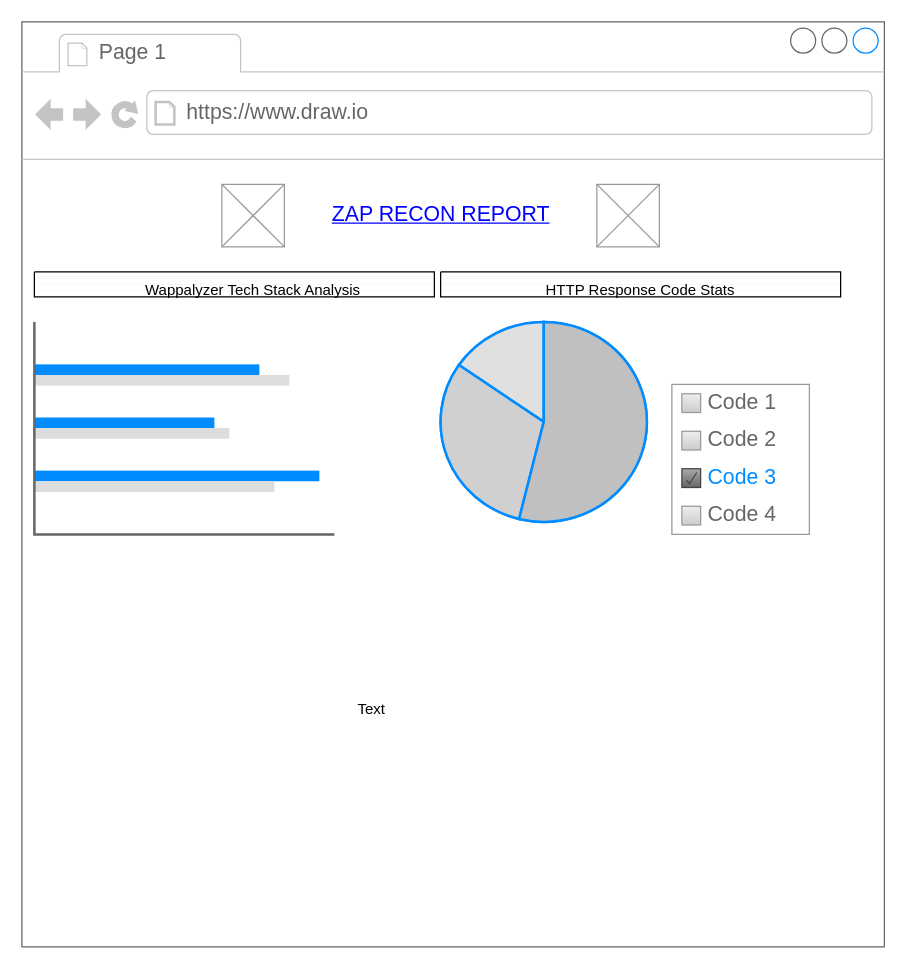
This is mockups/recon template.drawio from odhiamboobuya/zapreportwork, a draw.io file, before an edit. Source tidied: cells renumbered, new cells numbered last; positions are measured from the earlier drawing's top-left corner, leaving out a move shared by most shapes. Both pictures are drawn from the tidied source at 125%, with x=0, y=0 at pixel (21, 21).
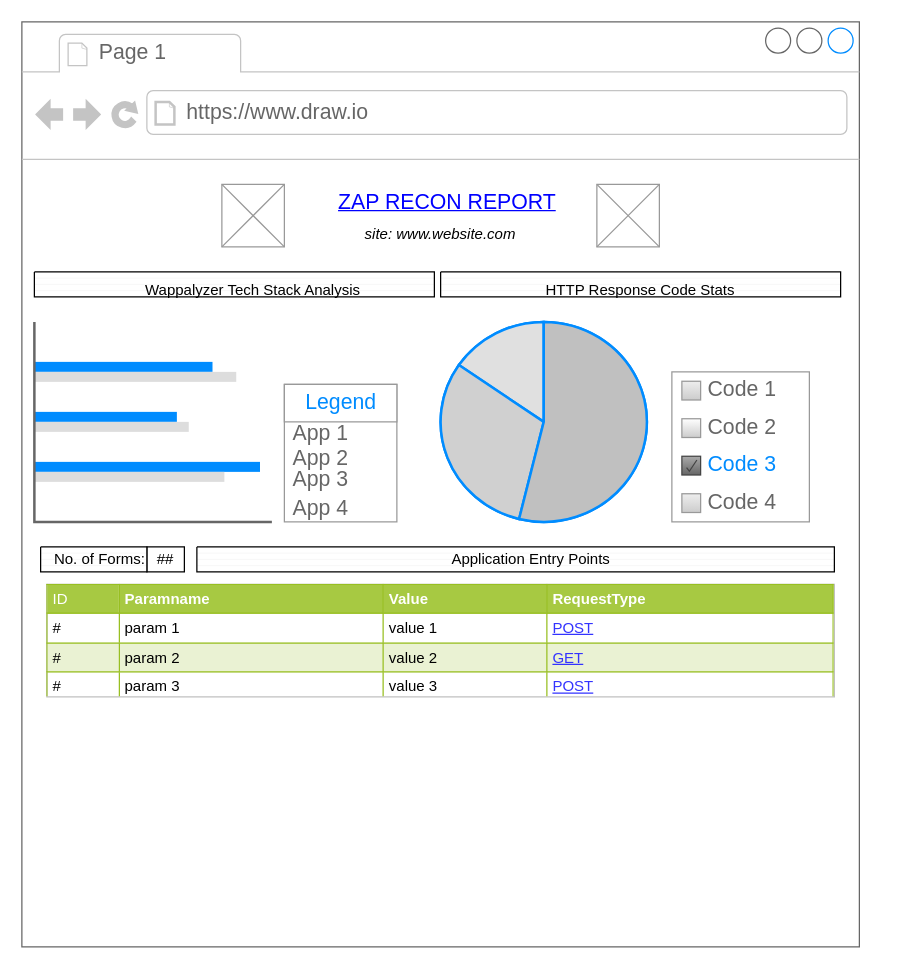
Above is the later version.

Change to the diagram source:
```diff
@@
     <mxCell id="2" style="strokeWidth=1;shadow=0;dashed=0;align=center;html=1;shape=mxgraph.mockup.containers.browserWindow;rSize=0;strokeColor=#666666;strokeColor2=#008cff;strokeColor3=#c4c4c4;mainText=,;" parent="1" vertex="1">
-      <mxGeometry width="690" height="740" as="geometry" />
+      <mxGeometry width="670" height="740" as="geometry" />
     </mxCell>
@@
     <mxCell id="5" value="ZAP RECON REPORT" style="strokeWidth=1;shadow=0;dashed=0;align=center;html=1;shape=mxgraph.mockup.text.alphanumeric;linkText=;html=1;fontStyle=4;fontSize=17;fontColor=#0000ff;" parent="2" vertex="1">
-      <mxGeometry x="235" y="130" width="200" height="50" as="geometry" />
+      <mxGeometry x="240" y="120" width="200" height="50" as="geometry" />
     </mxCell>
@@
     <mxCell id="10" style="verticalLabelPosition=bottom;shadow=0;dashed=0;align=center;html=1;verticalAlign=top;strokeWidth=1;shape=mxgraph.mockup.graphics.barChart;strokeColor=none;strokeColor2=none;strokeColor3=#666666;fillColor2=#008cff;fillColor3=#dddddd;" parent="2" vertex="1">
-      <mxGeometry x="10" y="240" width="240" height="170" as="geometry" />
+      <mxGeometry x="10" y="240" width="190" height="160" as="geometry" />
     </mxCell>
     <mxCell id="11" style="strokeWidth=1;shadow=0;dashed=0;align=center;html=1;shape=mxgraph.mockup.forms.rrect;rSize=0;strokeColor=#999999;fillColor=#ffffff;" parent="2" vertex="1">
-      <mxGeometry x="520" y="290" width="110" height="120" as="geometry" />
+      <mxGeometry x="520" y="280" width="110" height="120" as="geometry" />
     </mxCell>
@@
-    <mxCell id="13" value="Code 2" style="strokeWidth=1;shadow=0;dashed=0;align=center;html=1;shape=mxgraph.mockup.forms.rrect;rSize=0;fillColor=#eeeeee;strokeColor=#999999;gradientColor=#cccccc;align=left;spacingLeft=4;fontSize=17;fontColor=#666666;labelPosition=right;" parent="11" vertex="1">
+    <mxCell id="13" value="Code 2" style="strokeWidth=1;shadow=0;dashed=0;align=center;html=1;shape=mxgraph.mockup.forms.rrect;rSize=0;strokeColor=#999999;gradientColor=#cccccc;align=left;spacingLeft=4;fontSize=17;fontColor=#666666;labelPosition=right;" parent="11" vertex="1">
       <mxGeometry x="8" y="37.5" width="15" height="15" as="geometry" />
     </mxCell>
@@
+    <mxCell id="20" style="strokeWidth=1;shadow=0;dashed=0;align=center;html=1;shape=mxgraph.mockup.forms.rrect;rSize=0;strokeColor=#999999;fillColor=#ffffff;" parent="2" vertex="1">
+      <mxGeometry x="210" y="290" width="90" height="110" as="geometry" />
+    </mxCell>
+    <mxCell id="21" value="Legend" style="strokeWidth=1;shadow=0;dashed=0;align=center;html=1;shape=mxgraph.mockup.forms.rrect;rSize=0;strokeColor=#999999;fontColor=#008cff;fontSize=17;fillColor=#ffffff;" parent="20" vertex="1">
+      <mxGeometry width="90" height="30" relative="1" as="geometry" />
+    </mxCell>
+    <mxCell id="22" value="App 1" style="strokeWidth=1;shadow=0;dashed=0;align=center;html=1;shape=mxgraph.mockup.forms.anchor;fontSize=17;fontColor=#666666;align=left;spacingLeft=5;" parent="20" vertex="1">
+      <mxGeometry width="90" height="20" relative="1" as="geometry">
+        <mxPoint y="30" as="offset" />
+      </mxGeometry>
+    </mxCell>
+    <mxCell id="23" value="App 2" style="strokeWidth=1;shadow=0;dashed=0;align=center;html=1;shape=mxgraph.mockup.forms.anchor;fontSize=17;fontColor=#666666;align=left;spacingLeft=5;" parent="20" vertex="1">
+      <mxGeometry width="90" height="20" relative="1" as="geometry">
+        <mxPoint y="50" as="offset" />
+      </mxGeometry>
+    </mxCell>
+    <mxCell id="24" value="App 4" style="strokeWidth=1;shadow=0;dashed=0;align=center;html=1;shape=mxgraph.mockup.forms.anchor;fontSize=17;fontColor=#666666;align=left;spacingLeft=5;" parent="20" vertex="1">
+      <mxGeometry width="90" height="20" relative="1" as="geometry">
+        <mxPoint y="90" as="offset" />
+      </mxGeometry>
+    </mxCell>
+    <mxCell id="25" value="App 3" style="strokeWidth=1;shadow=0;dashed=0;align=center;html=1;shape=mxgraph.mockup.forms.anchor;fontSize=17;fontColor=#666666;align=left;spacingLeft=5;" parent="20" vertex="1">
+      <mxGeometry y="70" width="90" height="13.8" as="geometry" />
+    </mxCell>
+    <mxCell id="26" value="##" style="text;html=1;fillColor=none;align=center;verticalAlign=middle;whiteSpace=wrap;rounded=0;shadow=0;strokeColor=#000000;" parent="2" vertex="1">
+      <mxGeometry x="100" y="420" width="30" height="20" as="geometry" />
+    </mxCell>
+    <mxCell id="27" value="&lt;i&gt;site: www.website.com&lt;br&gt;&lt;/i&gt;" style="text;html=1;strokeColor=none;fillColor=none;align=center;verticalAlign=middle;whiteSpace=wrap;rounded=0;shadow=0;" parent="2" vertex="1">
+      <mxGeometry x="230" y="160" width="210" height="20" as="geometry" />
+    </mxCell>
+    <mxCell id="28" value="&lt;table style=&quot;width: 100% ; height: 100% ; border-collapse: collapse&quot; width=&quot;100%&quot; cellpadding=&quot;4&quot; border=&quot;1&quot;&gt;&lt;tbody&gt;&lt;tr style=&quot;background-color: #a7c942 ; color: #ffffff ; border: 1px solid #98bf21&quot;&gt;&lt;td&gt;ID&lt;/td&gt;&lt;th align=&quot;left&quot;&gt;Paramname&lt;/th&gt;&lt;th align=&quot;left&quot;&gt;Value&lt;/th&gt;&lt;th align=&quot;left&quot;&gt;RequestType&lt;/th&gt;&lt;/tr&gt;&lt;tr style=&quot;border: 1px solid #98bf21&quot;&gt;&lt;td&gt;#&lt;br&gt;&lt;/td&gt;&lt;td&gt;param 1&lt;br&gt;&lt;/td&gt;&lt;td&gt;value 1&lt;br&gt;&lt;/td&gt;&lt;td&gt;&lt;font color=&quot;#3333FF&quot;&gt;&lt;u&gt;POST&lt;/u&gt;&lt;/font&gt;&lt;/td&gt;&lt;/tr&gt;&lt;tr style=&quot;background-color: #eaf2d3 ; border: 1px solid #98bf21&quot;&gt;&lt;td&gt;#&lt;br&gt;&lt;/td&gt;&lt;td&gt;param 2&lt;br&gt;&lt;/td&gt;&lt;td&gt;value 2&lt;br&gt;&lt;/td&gt;&lt;td&gt;&lt;font color=&quot;#3333FF&quot;&gt;&lt;u&gt;GET&lt;/u&gt;&lt;/font&gt;&lt;/td&gt;&lt;/tr&gt;&lt;tr style=&quot;border: 1px solid #98bf21&quot;&gt;&lt;td&gt;#&lt;br&gt;&lt;/td&gt;&lt;td&gt;param 3&lt;br&gt;&lt;/td&gt;&lt;td&gt;value 3&lt;br&gt;&lt;/td&gt;&lt;td&gt;&lt;font color=&quot;#3333FF&quot;&gt;&lt;u&gt;POST&lt;/u&gt;&lt;/font&gt;&lt;/td&gt;&lt;/tr&gt;&lt;/tbody&gt;&lt;/table&gt;" style="text;html=1;strokeColor=#c0c0c0;overflow=fill;rounded=0;shadow=0;fillColor=#ffffff;" parent="2" vertex="1">
+      <mxGeometry x="20" y="450" width="630" height="90" as="geometry" />
+    </mxCell>
@@
+    <mxCell id="19" value="HTTP Response Code Stats" style="text;html=1;strokeColor=none;fillColor=none;align=center;verticalAlign=middle;whiteSpace=wrap;rounded=0;" parent="1" vertex="1">
+      <mxGeometry x="410" y="205" width="170" height="20" as="geometry" />
+    </mxCell>
+    <mxCell id="29" style="verticalLabelPosition=bottom;verticalAlign=top;html=1;shape=mxgraph.basic.patternFillRect;fillStyle=hor;step=5;fillStrokeWidth=0.2;fillStrokeColor=#dddddd;" parent="1" vertex="1">
+      <mxGeometry x="140" y="420" width="510" height="20" as="geometry" />
+    </mxCell>
+    <mxCell id="30" style="verticalLabelPosition=bottom;verticalAlign=top;html=1;shape=mxgraph.basic.patternFillRect;fillStyle=hor;step=5;fillStrokeWidth=0.2;fillStrokeColor=#dddddd;" parent="1" vertex="1">
+      <mxGeometry x="15" y="420" width="85" height="20" as="geometry" />
+    </mxCell>
-    <mxCell id="18" value="Text" style="text;html=1;strokeColor=none;fillColor=none;align=center;verticalAlign=middle;whiteSpace=wrap;rounded=0;" parent="1" vertex="1">
-      <mxGeometry x="260" y="540" width="40" height="20" as="geometry" />
+    <mxCell id="18" value="No. of Forms:" style="text;html=1;strokeColor=none;fillColor=none;align=center;verticalAlign=middle;whiteSpace=wrap;rounded=0;" parent="1" vertex="1">
+      <mxGeometry x="15" y="420" width="95" height="20" as="geometry" />
     </mxCell>
-    <mxCell id="19" value="HTTP Response Code Stats" style="text;html=1;strokeColor=none;fillColor=none;align=center;verticalAlign=middle;whiteSpace=wrap;rounded=0;" parent="1" vertex="1">
-      <mxGeometry x="410" y="205" width="170" height="20" as="geometry" />
-    </mxCell>
+    <mxCell id="31" value="Application Entry Points" style="text;html=1;strokeColor=none;fillColor=none;align=center;verticalAlign=middle;whiteSpace=wrap;rounded=0;" parent="1" vertex="1">
+      <mxGeometry x="340" y="420" width="135" height="20" as="geometry" />
+    </mxCell>
```
